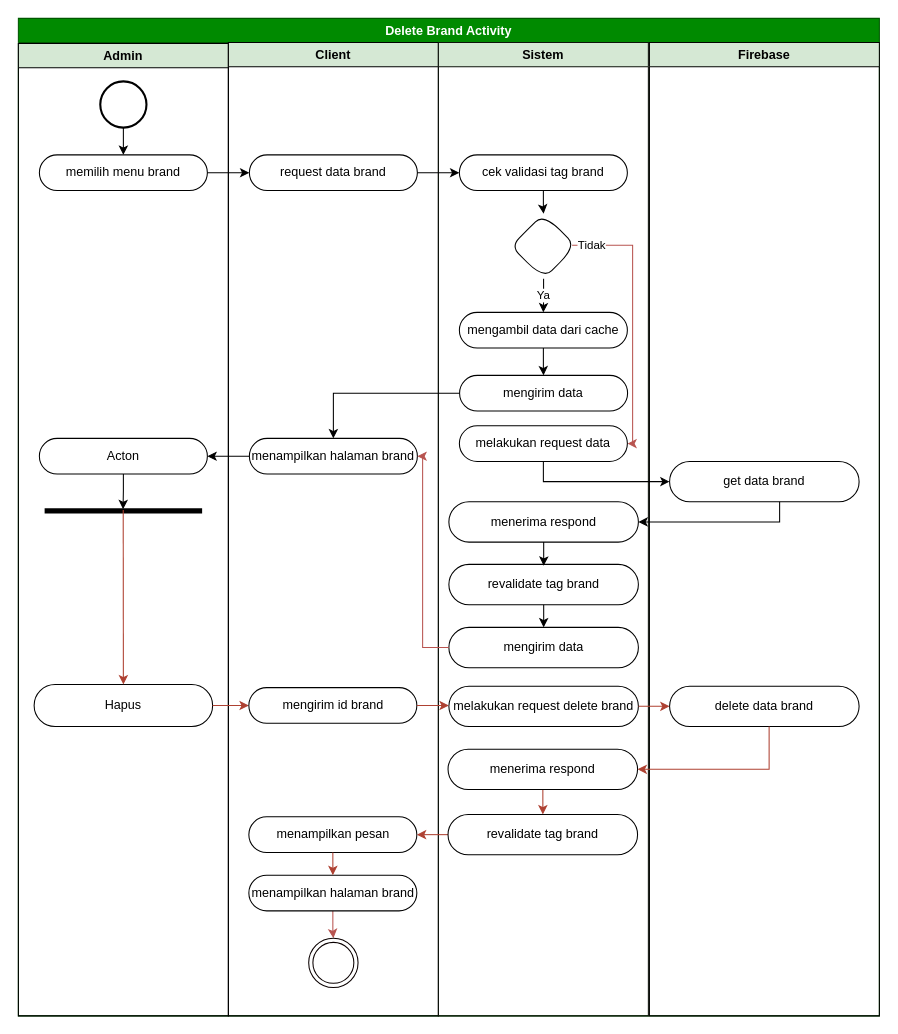
Above: page "activity delete brand" (22 of 43) of skrpsian.drawio in ThikerXCX/umltoko (draw.io), before the change. Source tidied: cells renumbered, new cells numbered last; positions are measured from the earlier drawing's top-left corner, leaving out a move shared by most shapes. Both pictures are drawn from the tidied source at 105%, with x=0, y=0 at pixel (18, 18).
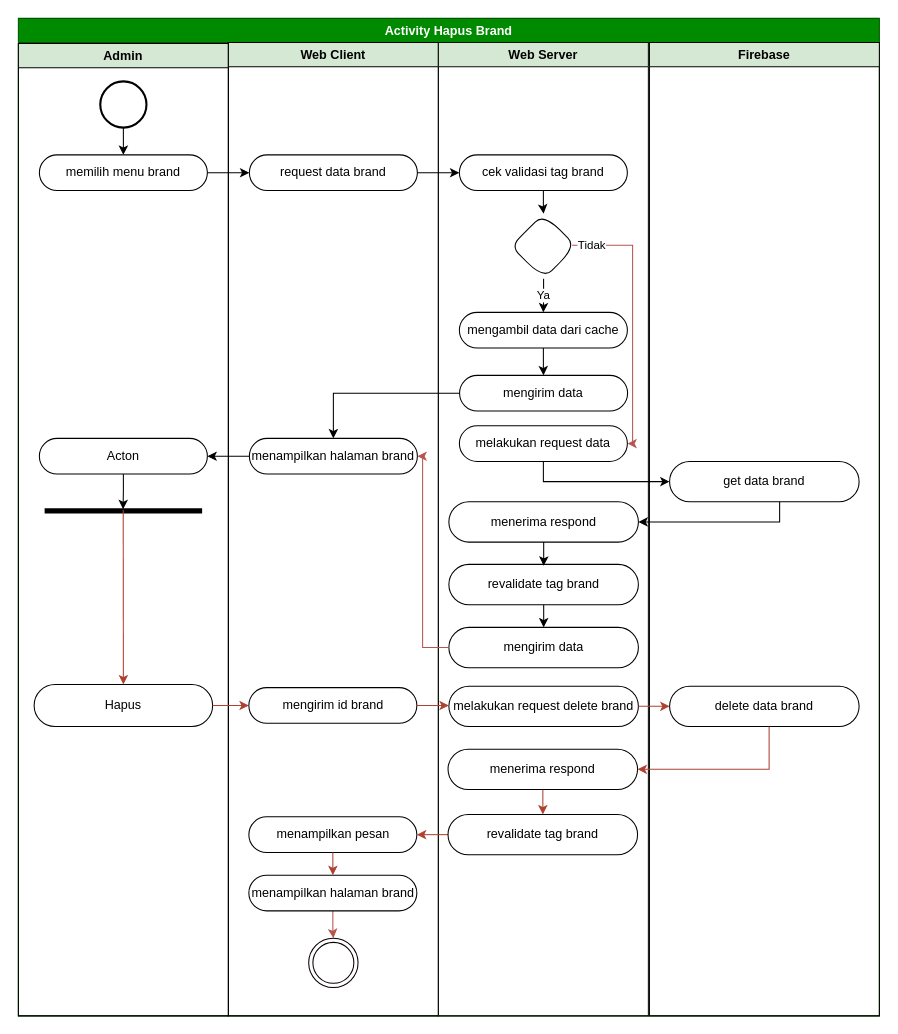
The same diagram, later.

Diff of the diagram source:
```diff
@@
-    <mxCell id="2" value="Delete Brand Activity" style="swimlane;whiteSpace=wrap;html=1;fillColor=#008a00;strokeColor=#005700;fontColor=#ffffff;" parent="1" vertex="1">
+    <mxCell id="2" value="Activity Hapus Brand" style="swimlane;whiteSpace=wrap;html=1;fillColor=#008a00;strokeColor=#005700;fontColor=#ffffff;" parent="1" vertex="1">
       <mxGeometry width="820" height="950" as="geometry" />
     </mxCell>
@@
-    <mxCell id="10" value="Client" style="swimlane;whiteSpace=wrap;html=1;fillColor=#d5e8d4;startSize=23;strokeColor=#000000;" parent="2" vertex="1">
+    <mxCell id="10" value="Web Client" style="swimlane;whiteSpace=wrap;html=1;fillColor=#d5e8d4;startSize=23;strokeColor=#000000;" parent="2" vertex="1">
       <mxGeometry x="200" y="23" width="200" height="927" as="geometry" />
     </mxCell>
@@
-    <mxCell id="29" value="Sistem" style="swimlane;whiteSpace=wrap;html=1;fillColor=#d5e8d4;startSize=23;strokeColor=#0D120A;" parent="2" vertex="1">
+    <mxCell id="29" value="Web Server" style="swimlane;whiteSpace=wrap;html=1;fillColor=#d5e8d4;startSize=23;strokeColor=#0D120A;" parent="2" vertex="1">
       <mxGeometry x="400" y="23" width="200" height="927" as="geometry" />
     </mxCell>
```
